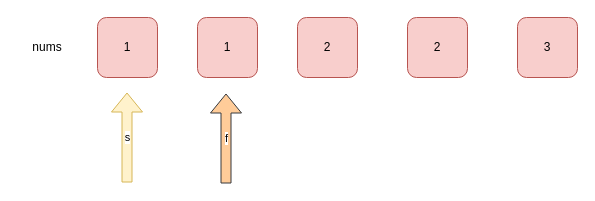
Before: 快慢指针.drawio in ChengziMao/picture, a draw.io diagram. Source tidied: cells renumbered, new cells numbered last; positions are measured from the earlier drawing's top-left corner, leaving out a move shared by most shapes. Both pictures are drawn from the tidied source at 100%, with x=0, y=0 at pixel (17, 17).
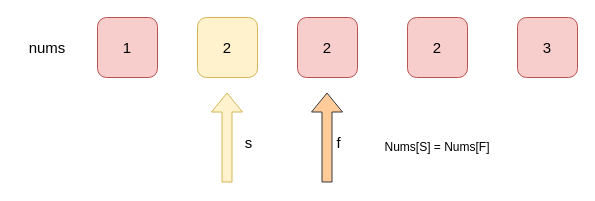
The same page after the edit.

Commit message:
更新快慢指针.drawio

The edit, as a diff of the source:
```diff
@@
 <mxGraphModel>
   <root>
     <mxCell id="0" />
     <mxCell id="1" parent="0" />
-    <mxCell id="2" value="nums" style="text;html=1;whiteSpace=wrap;strokeColor=none;fillColor=none;align=center;verticalAlign=middle;rounded=0;" parent="1" vertex="1">
+    <mxCell id="2" value="nums" style="text;html=1;whiteSpace=wrap;strokeColor=none;fillColor=none;align=center;verticalAlign=middle;rounded=0;fontSize=15;" parent="1" vertex="1">
       <mxGeometry y="15" width="60" height="30" as="geometry" />
     </mxCell>
-    <mxCell id="3" value="1" style="rounded=1;whiteSpace=wrap;html=1;fillColor=#f8cecc;strokeColor=#b85450;" parent="1" vertex="1">
+    <mxCell id="3" value="1" style="rounded=1;whiteSpace=wrap;html=1;fillColor=#f8cecc;strokeColor=#b85450;fontSize=15;" parent="1" vertex="1">
       <mxGeometry x="80" width="60" height="60" as="geometry" />
     </mxCell>
-    <mxCell id="4" value="1" style="rounded=1;whiteSpace=wrap;html=1;fillColor=#f8cecc;strokeColor=#b85450;" parent="1" vertex="1">
+    <mxCell id="4" value="2" style="rounded=1;whiteSpace=wrap;html=1;fillColor=#fff2cc;strokeColor=#d6b656;fontSize=15;" parent="1" vertex="1">
       <mxGeometry x="180" width="60" height="60" as="geometry" />
     </mxCell>
-    <mxCell id="5" value="2" style="rounded=1;whiteSpace=wrap;html=1;fillColor=#f8cecc;strokeColor=#b85450;" parent="1" vertex="1">
+    <mxCell id="5" value="2" style="rounded=1;whiteSpace=wrap;html=1;fillColor=#f8cecc;strokeColor=#b85450;fontSize=15;" parent="1" vertex="1">
       <mxGeometry x="280" width="60" height="60" as="geometry" />
     </mxCell>
-    <mxCell id="6" value="2" style="rounded=1;whiteSpace=wrap;html=1;fillColor=#f8cecc;strokeColor=#b85450;" parent="1" vertex="1">
+    <mxCell id="6" value="2" style="rounded=1;whiteSpace=wrap;html=1;fillColor=#f8cecc;strokeColor=#b85450;fontSize=15;" parent="1" vertex="1">
       <mxGeometry x="390" width="60" height="60" as="geometry" />
     </mxCell>
-    <mxCell id="7" value="3" style="rounded=1;whiteSpace=wrap;html=1;fillColor=#f8cecc;strokeColor=#b85450;" parent="1" vertex="1">
+    <mxCell id="7" value="3" style="rounded=1;whiteSpace=wrap;html=1;fillColor=#f8cecc;strokeColor=#b85450;fontSize=15;" parent="1" vertex="1">
       <mxGeometry x="500" width="60" height="60" as="geometry" />
     </mxCell>
-    <mxCell id="8" value="s" style="shape=flexArrow;endArrow=classic;html=1;rounded=0;fillColor=#fff2cc;strokeColor=#d6b656;" parent="1" edge="1">
-      <mxGeometry relative="1" as="geometry">
-        <mxPoint x="109.5" y="165" as="sourcePoint" />
-        <mxPoint x="109.5" y="75" as="targetPoint" />
+    <mxCell id="8" value="s" style="shape=flexArrow;endArrow=classic;html=1;rounded=0;fillColor=#fff2cc;strokeColor=#d6b656;fontSize=15;" parent="1" edge="1">
+      <mxGeometry x="-0.11" y="-20" relative="1" as="geometry">
+        <mxPoint x="209.5" y="165" as="sourcePoint" />
+        <mxPoint x="209.5" y="75" as="targetPoint" />
+        <mxPoint x="1" as="offset" />
       </mxGeometry>
     </mxCell>
-    <mxCell id="9" value="f" style="shape=flexArrow;endArrow=classic;html=1;rounded=0;fillColor=#ffcc99;strokeColor=#36393d;" parent="1" edge="1">
-      <mxGeometry relative="1" as="geometry">
-        <mxPoint x="208.5" y="166" as="sourcePoint" />
-        <mxPoint x="208.5" y="76" as="targetPoint" />
+    <mxCell id="9" value="f" style="shape=flexArrow;endArrow=classic;html=1;rounded=0;fillColor=#ffcc99;strokeColor=#36393d;fontSize=15;" parent="1" edge="1">
+      <mxGeometry x="-0.11" y="-10" relative="1" as="geometry">
+        <mxPoint x="309.5" y="165" as="sourcePoint" />
+        <mxPoint x="309.5" y="75" as="targetPoint" />
+        <mxPoint x="1" as="offset" />
       </mxGeometry>
     </mxCell>
+    <mxCell id="10" value="Nums[S] = Nums[F]" style="text;html=1;whiteSpace=wrap;strokeColor=none;fillColor=none;align=center;verticalAlign=middle;rounded=0;" parent="1" vertex="1">
+      <mxGeometry x="365" y="115" width="110" height="30" as="geometry" />
+    </mxCell>
   </root>
 </mxGraphModel>
```
